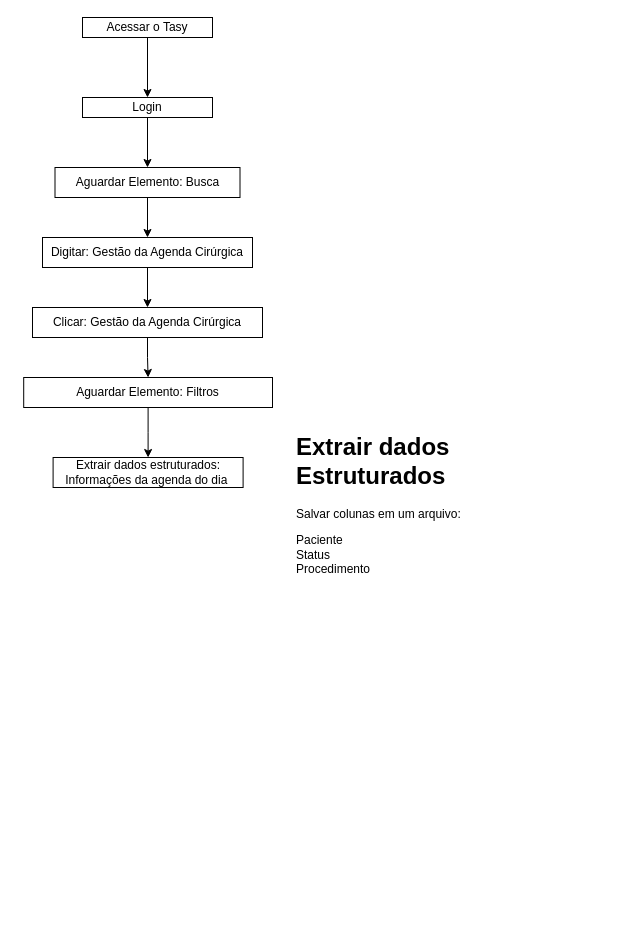
This is Diagrama sem nome.drawio from PatriciaGavloski/diagramas.sql, a draw.io file, before an edit. Source tidied: cells renumbered, new cells numbered last; positions are measured from the earlier drawing's top-left corner, leaving out a move shared by most shapes. Both pictures are drawn from the tidied source at 100%, with x=0, y=0 at pixel (23, 17).
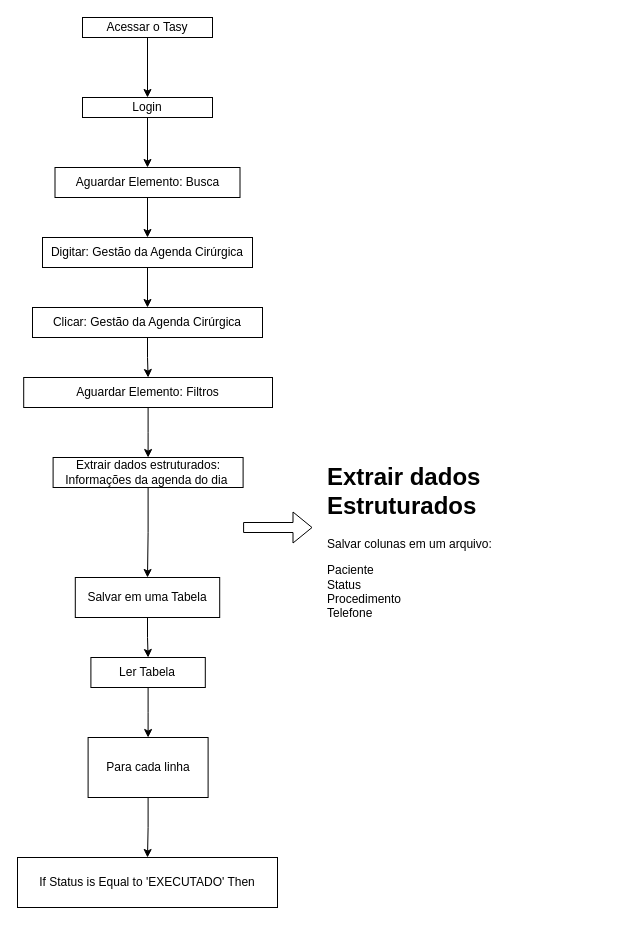
The same page after the edit.

Unchanged cells that the change refers to:
```xml
<mxCell id="14" value="Extrair dados estruturados: Informações da agenda do dia&amp;nbsp;" style="rounded=0;whiteSpace=wrap;html=1;" parent="1" vertex="1">
  <mxGeometry x="29.6" y="440" width="190" height="30" as="geometry" />
</mxCell>
```

The edit, as a diff of the source:
```diff
@@
+    <mxCell id="16" style="edgeStyle=orthogonalEdgeStyle;rounded=0;jettySize=auto;html=1;" parent="1" edge="1" source="14" target="18">
+      <mxGeometry relative="1" as="geometry" />
+    </mxCell>
@@
-    <mxCell id="15" value="&lt;h1&gt;Extrair dados Estruturados&amp;nbsp;&lt;/h1&gt;&lt;p&gt;Salvar colunas em um arquivo:&lt;/p&gt;&lt;p&gt;Paciente&amp;nbsp;&lt;br&gt;Status &lt;br&gt;Procedimento&lt;/p&gt;" style="text;html=1;strokeColor=none;fillColor=none;spacing=5;spacingTop=-20;whiteSpace=wrap;overflow=hidden;rounded=0;" parent="1" vertex="1">
-      <mxGeometry x="268" y="410" width="281" height="160" as="geometry" />
+    <mxCell id="15" value="&lt;h1&gt;Extrair dados Estruturados&amp;nbsp;&lt;/h1&gt;&lt;p&gt;Salvar colunas em um arquivo:&lt;/p&gt;&lt;p&gt;Paciente&amp;nbsp;&lt;br&gt;Status &lt;br&gt;Procedimento&lt;br&gt;Telefone&lt;/p&gt;" style="text;html=1;strokeColor=none;fillColor=none;spacing=5;spacingTop=-20;whiteSpace=wrap;overflow=hidden;rounded=0;" parent="1" vertex="1">
+      <mxGeometry x="299" y="440" width="290" height="190" as="geometry" />
     </mxCell>
+    <mxCell id="17" style="edgeStyle=orthogonalEdgeStyle;rounded=0;jettySize=auto;html=1;" parent="1" edge="1" source="18" target="21">
+      <mxGeometry relative="1" as="geometry" />
+    </mxCell>
+    <mxCell id="18" value="Salvar em uma Tabela" style="rounded=0;whiteSpace=wrap;html=1;" parent="1" vertex="1">
+      <mxGeometry x="51.8" y="560" width="144.4" height="40" as="geometry" />
+    </mxCell>
+    <mxCell id="19" style="shape=flexArrow;endArrow=classic;html=1;rounded=0;" parent="1" edge="1">
+      <mxGeometry relative="1" as="geometry">
+        <mxPoint x="219.6" y="510" as="sourcePoint" />
+        <mxPoint x="289" y="510" as="targetPoint" />
+      </mxGeometry>
+    </mxCell>
+    <mxCell id="20" style="edgeStyle=orthogonalEdgeStyle;rounded=0;jettySize=auto;html=1;" parent="1" edge="1" source="21" target="23">
+      <mxGeometry relative="1" as="geometry" />
+    </mxCell>
+    <mxCell id="21" value="Ler Tabela" style="rounded=0;whiteSpace=wrap;html=1;" parent="1" vertex="1">
+      <mxGeometry x="67.4" y="640" width="114.4" height="30" as="geometry" />
+    </mxCell>
+    <mxCell id="22" style="edgeStyle=orthogonalEdgeStyle;rounded=0;jettySize=auto;html=1;" parent="1" edge="1" source="23" target="24">
+      <mxGeometry relative="1" as="geometry" />
+    </mxCell>
+    <mxCell id="23" value="Para cada linha" style="rounded=0;whiteSpace=wrap;html=1;" parent="1" vertex="1">
+      <mxGeometry x="64.6" y="720" width="120" height="60" as="geometry" />
+    </mxCell>
+    <mxCell id="24" value="If Status is Equal to 'EXECUTADO' Then" style="rounded=0;whiteSpace=wrap;html=1;" parent="1" vertex="1">
+      <mxGeometry x="-6" y="840" width="260" height="50" as="geometry" />
+    </mxCell>
```
